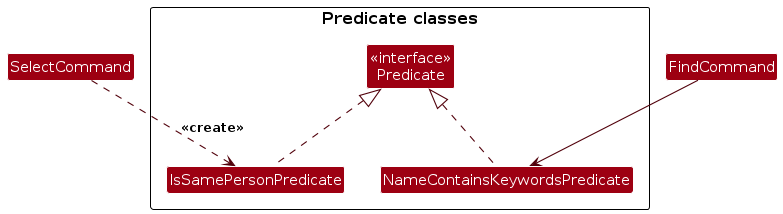
Earlier version of the PlantUML export diagrams/PredicateClasses.png (AY2324S2-CS2103T-F13-2/tp). Its source is kept beside it as diagrams/PredicateClasses.puml. Source of this version:
```plantuml
@startuml
!include style.puml
skinparam arrowThickness 1.1
skinparam arrowColor MODEL_COLOR_T4
skinparam classBackgroundColor MODEL_COLOR

package "Predicate classes" {
Class "<<interface>>\nPredicate" as Predicate
Class "IsSamePersonPredicate"
Class "NameContainsKeywordsPredicate"
}

Class "SelectCommand"
Class "FindCommand"

SelectCommand ..> IsSamePersonPredicate : <<create>>
FindCommand --> NameContainsKeywordsPredicate
IsSamePersonPredicate .up.|> Predicate
NameContainsKeywordsPredicate .up.|> Predicate
@enduml
```
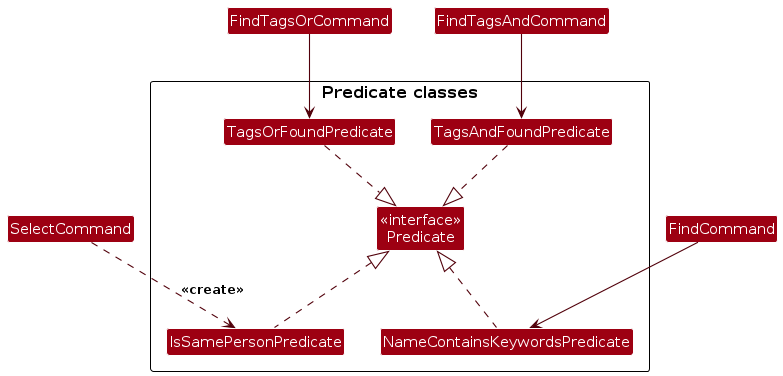
After the change.

Diff of the diagram source:
```diff
@@ -8,13 +8,21 @@
 Class "<<interface>>\nPredicate" as Predicate
 Class "IsSamePersonPredicate"
 Class "NameContainsKeywordsPredicate"
+Class "TagsOrFoundPredicate"
+Class "TagsAndFoundPredicate"
 }
 
 Class "SelectCommand"
 Class "FindCommand"
+Class "FindTagsOrCommand"
+Class "FindTagsAndCommand"
 
 SelectCommand ..> IsSamePersonPredicate : <<create>>
 FindCommand --> NameContainsKeywordsPredicate
 IsSamePersonPredicate .up.|> Predicate
 NameContainsKeywordsPredicate .up.|> Predicate
+FindTagsOrCommand --> TagsOrFoundPredicate
+FindTagsAndCommand --> TagsAndFoundPredicate
+TagsOrFoundPredicate ..|> Predicate
+TagsAndFoundPredicate ..|> Predicate
 @enduml
```
